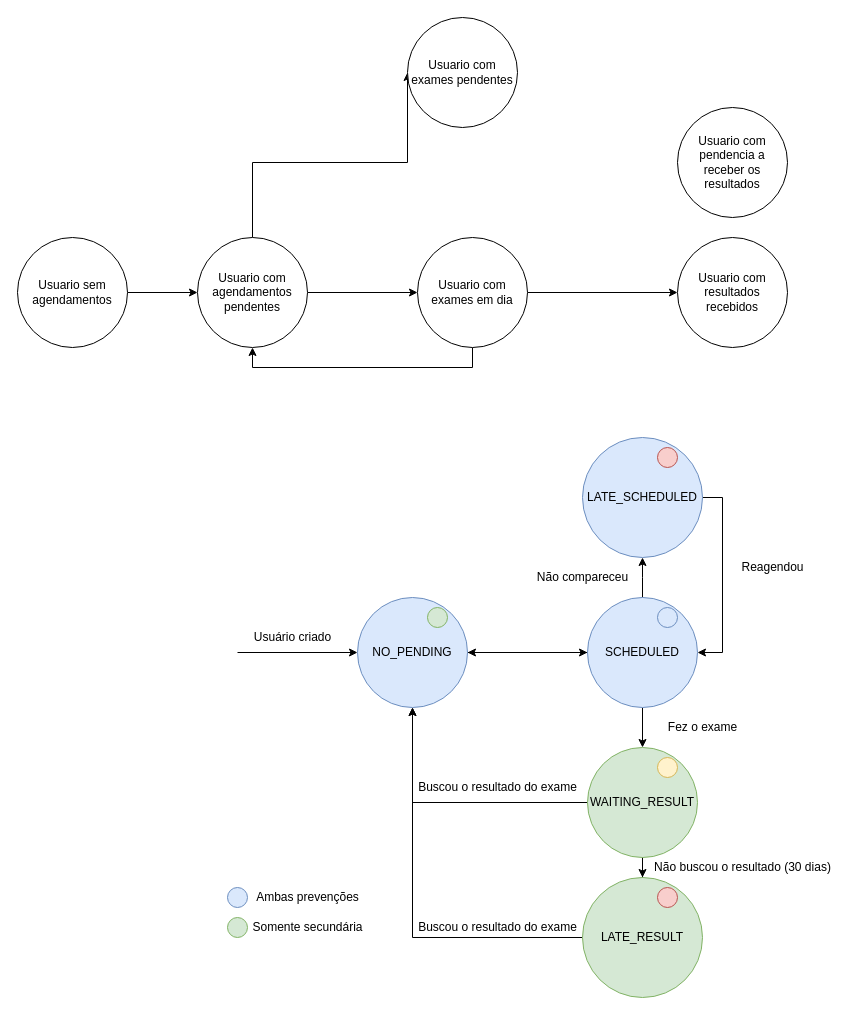
Above: page "Page-4" (4 of 4) of c4-context.drawio in viniciusbds/draw-io (draw.io), before the change. Source tidied: cells renumbered, new cells numbered last; positions are measured from the earlier drawing's top-left corner, leaving out a move shared by most shapes. Both pictures are drawn from the tidied source at 100%, with x=0, y=0 at pixel (17, 17).
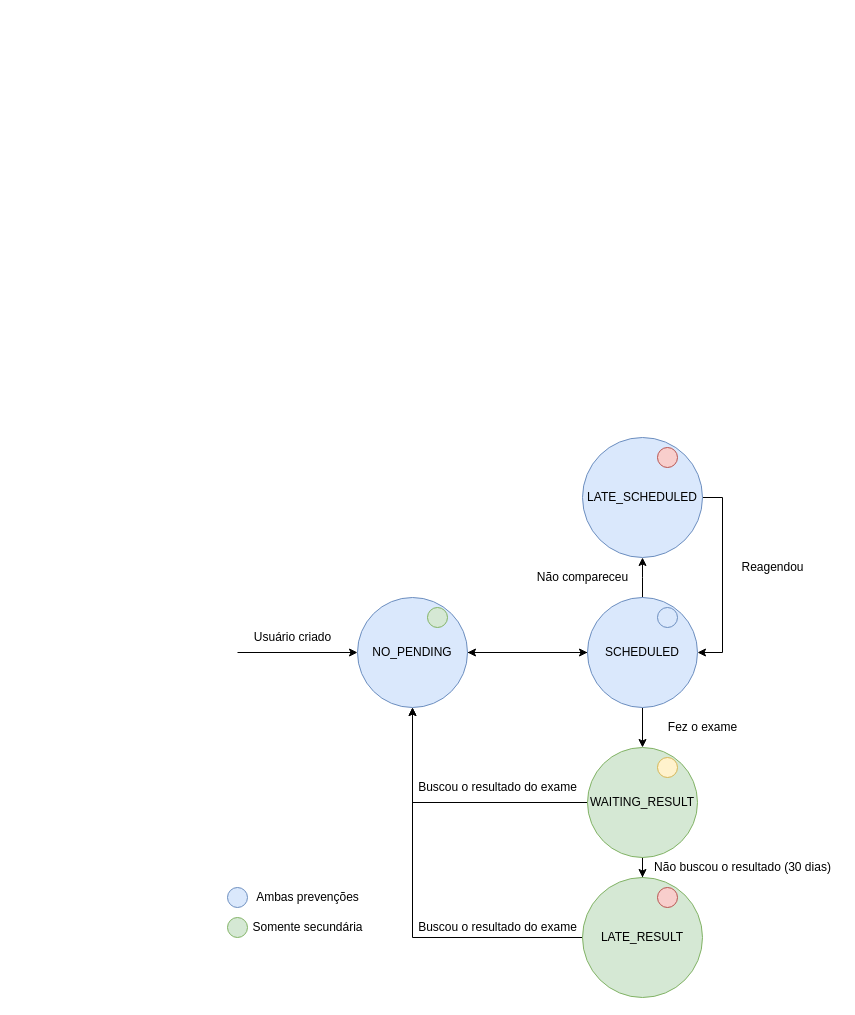
After the change.

What changed in the source:
```diff
@@
-    <mxCell id="2" style="edgeStyle=orthogonalEdgeStyle;rounded=0;jettySize=auto;html=1;exitX=1;exitY=0.5;exitDx=0;exitDy=0;entryX=0;entryY=0.5;entryDx=0;entryDy=0;" parent="1" edge="1" source="3" target="6">
-      <mxGeometry relative="1" as="geometry" />
-    </mxCell>
-    <mxCell id="3" value="Usuario sem agendamentos" style="ellipse;whiteSpace=wrap;html=1;" parent="1" vertex="1">
-      <mxGeometry y="220" width="110" height="110" as="geometry" />
-    </mxCell>
-    <mxCell id="4" style="edgeStyle=orthogonalEdgeStyle;rounded=0;jettySize=auto;html=1;" parent="1" edge="1" source="6" target="10">
-      <mxGeometry relative="1" as="geometry" />
-    </mxCell>
-    <mxCell id="5" style="edgeStyle=orthogonalEdgeStyle;rounded=0;jettySize=auto;html=1;entryX=0;entryY=0.5;entryDx=0;entryDy=0;" parent="1" edge="1" source="6" target="12">
-      <mxGeometry relative="1" as="geometry">
-        <Array as="points">
-          <mxPoint x="235" y="145" />
-        </Array>
-      </mxGeometry>
-    </mxCell>
-    <mxCell id="6" value="Usuario com agendamentos pendentes" style="ellipse;whiteSpace=wrap;html=1;" parent="1" vertex="1">
-      <mxGeometry x="180" y="220" width="110" height="110" as="geometry" />
-    </mxCell>
-    <mxCell id="7" value="Usuario com resultados recebidos" style="ellipse;whiteSpace=wrap;html=1;" parent="1" vertex="1">
-      <mxGeometry x="660" y="220" width="110" height="110" as="geometry" />
-    </mxCell>
-    <mxCell id="8" style="edgeStyle=orthogonalEdgeStyle;rounded=0;jettySize=auto;html=1;exitX=0.5;exitY=1;exitDx=0;exitDy=0;entryX=0.5;entryY=1;entryDx=0;entryDy=0;" parent="1" edge="1" source="10" target="6">
-      <mxGeometry relative="1" as="geometry" />
-    </mxCell>
-    <mxCell id="9" style="edgeStyle=orthogonalEdgeStyle;rounded=0;jettySize=auto;html=1;entryX=0;entryY=0.5;entryDx=0;entryDy=0;" parent="1" edge="1" source="10" target="7">
-      <mxGeometry relative="1" as="geometry" />
-    </mxCell>
-    <mxCell id="10" value="Usuario com exames em dia" style="ellipse;whiteSpace=wrap;html=1;" parent="1" vertex="1">
-      <mxGeometry x="400" y="220" width="110" height="110" as="geometry" />
-    </mxCell>
-    <mxCell id="11" value="Usuario com pendencia a receber os resultados" style="ellipse;whiteSpace=wrap;html=1;" parent="1" vertex="1">
-      <mxGeometry x="660" y="90" width="110" height="110" as="geometry" />
-    </mxCell>
-    <mxCell id="12" value="Usuario com exames pendentes" style="ellipse;whiteSpace=wrap;html=1;" parent="1" vertex="1">
-      <mxGeometry x="390" width="110" height="110" as="geometry" />
-    </mxCell>
```
